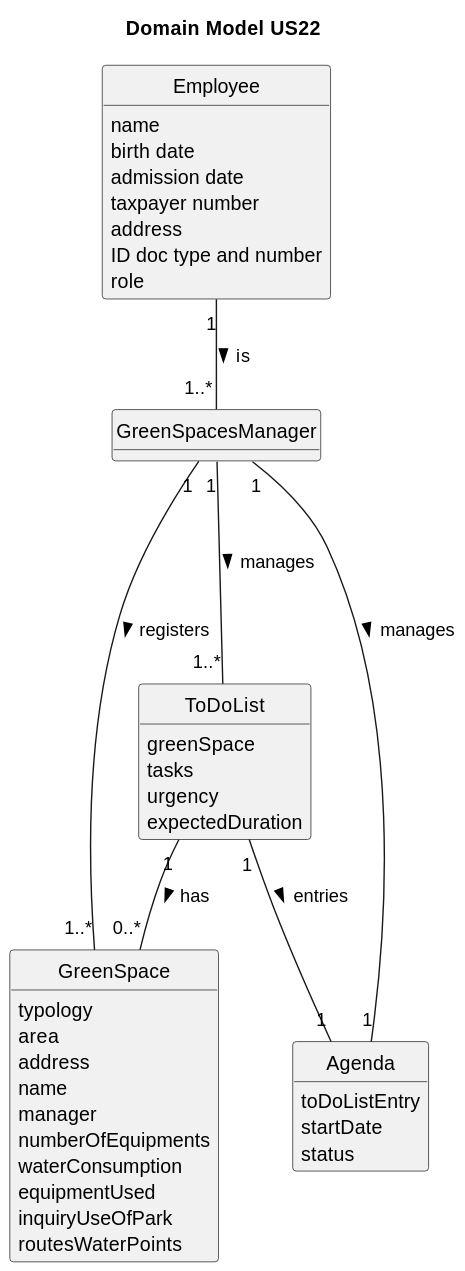
Above: docs/sprintC/US022/02.analysis/svg/us22-domain-model.svg in LopemigueISEP/lei-24-s2-1nb-g312 (PlantUML), before the change.
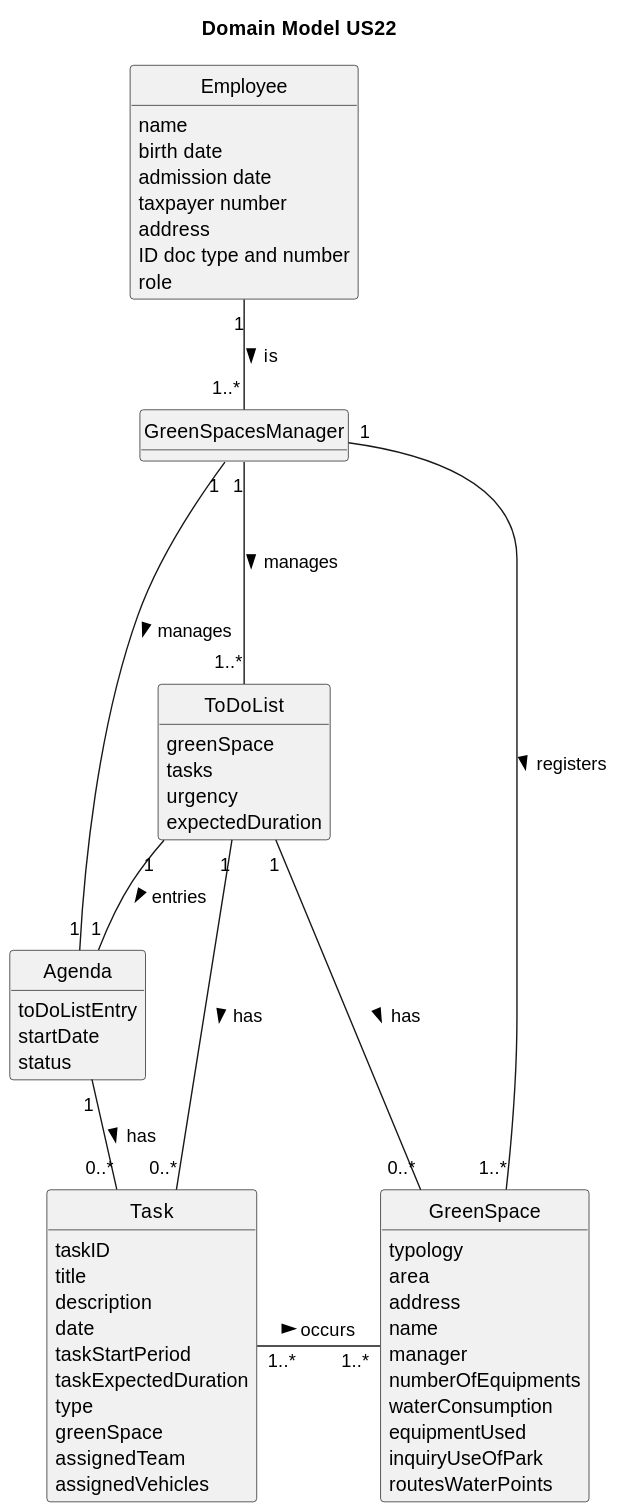
Later version of the same file.

What changed in the source:
```diff
@@ -23,6 +23,18 @@
     role
 }
 
+class Task {
+    taskID
+    title
+    description
+    date
+    taskStartPeriod
+    taskExpectedDuration
+    type
+    greenSpace
+    assignedTeam
+    assignedVehicles
+}
 class GreenSpacesManager{
 
 }
@@ -56,4 +68,7 @@
 ToDoList "1" -- "1" Agenda : entries >
 GreenSpacesManager "1" -- "1..*" GreenSpace : registers >
 ToDoList "1" -- "0..*" GreenSpace : has >
+Agenda "1" -- "0..*" Task : has >
+Task "1..*" - "1..*" GreenSpace: occurs >
+ToDoList "1" -- "0..*" Task : has >
 @enduml
```
